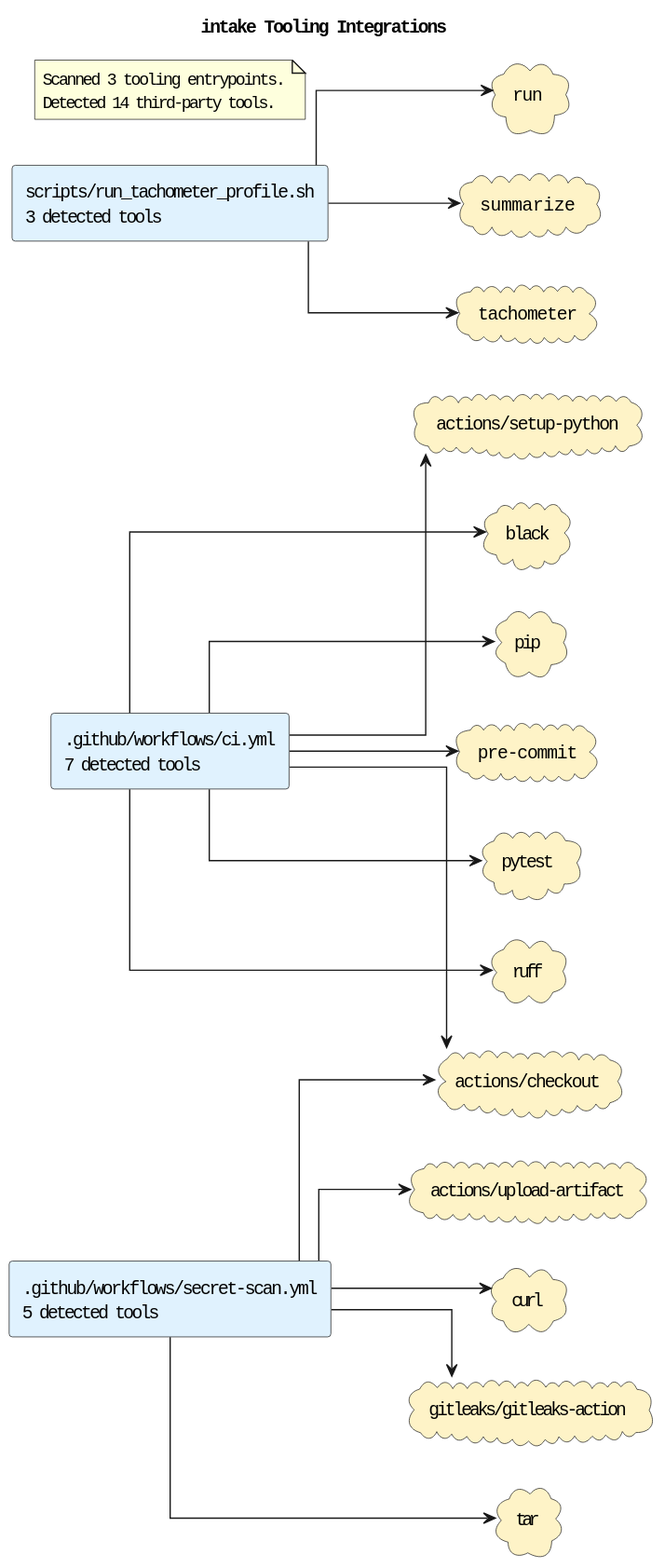
casonk/intake keeps this PlantUML diagram as docs/diagrams/tooling-integrations.puml.svg. Above is the earlier version.
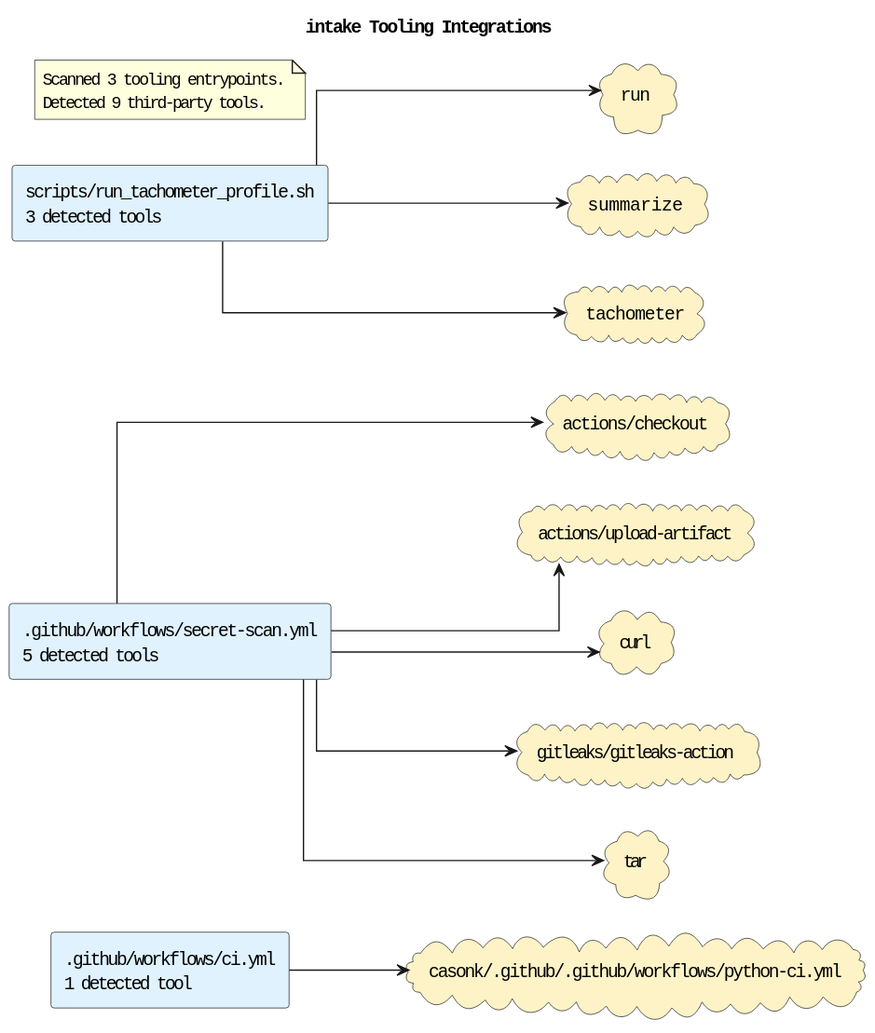
After the commit.

The edit, as a diff of the source:
```diff
@@ -5,30 +5,19 @@
 skinparam defaultFontName Monospace
 skinparam componentStyle rectangle
 skinparam linetype ortho
-rectangle ".github/workflows/ci.yml\n7 detected tools" as source_github_workflows_ci_yml #E0F2FE
+rectangle ".github/workflows/ci.yml\n1 detected tool" as source_github_workflows_ci_yml #E0F2FE
 rectangle ".github/workflows/secret-scan.yml\n5 detected tools" as source_github_workflows_secret_scan_yml #E0F2FE
 rectangle "scripts/run_tachometer_profile.sh\n3 detected tools" as source_scripts_run_tachometer_profile_sh #E0F2FE
 cloud "actions/checkout" as tool_actions_checkout #FEF3C7
-cloud "actions/setup-python" as tool_actions_setup_python #FEF3C7
 cloud "actions/upload-artifact" as tool_actions_upload_artifact #FEF3C7
-cloud "black" as tool_black #FEF3C7
+cloud "casonk/.github/.github/workflows/python-ci.yml" as tool_casonk_github_github_workflows_python_ci_yml #FEF3C7
 cloud "curl" as tool_curl #FEF3C7
 cloud "gitleaks/gitleaks-action" as tool_gitleaks_gitleaks_action #FEF3C7
-cloud "pip" as tool_pip #FEF3C7
-cloud "pre-commit" as tool_pre_commit #FEF3C7
-cloud "pytest" as tool_pytest #FEF3C7
-cloud "ruff" as tool_ruff #FEF3C7
 cloud "run" as tool_run #FEF3C7
 cloud "summarize" as tool_summarize #FEF3C7
 cloud "tachometer" as tool_tachometer #FEF3C7
 cloud "tar" as tool_tar #FEF3C7
-source_github_workflows_ci_yml --> tool_actions_checkout
-source_github_workflows_ci_yml --> tool_actions_setup_python
-source_github_workflows_ci_yml --> tool_black
-source_github_workflows_ci_yml --> tool_pip
-source_github_workflows_ci_yml --> tool_pre_commit
-source_github_workflows_ci_yml --> tool_pytest
-source_github_workflows_ci_yml --> tool_ruff
+source_github_workflows_ci_yml --> tool_casonk_github_github_workflows_python_ci_yml
 source_github_workflows_secret_scan_yml --> tool_actions_checkout
 source_github_workflows_secret_scan_yml --> tool_actions_upload_artifact
 source_github_workflows_secret_scan_yml --> tool_curl
@@ -39,6 +28,6 @@
 source_scripts_run_tachometer_profile_sh --> tool_tachometer
 note as toolingGraphSummary
 Scanned 3 tooling entrypoints.
-Detected 14 third-party tools.
+Detected 9 third-party tools.
 end note
 @enduml
```
